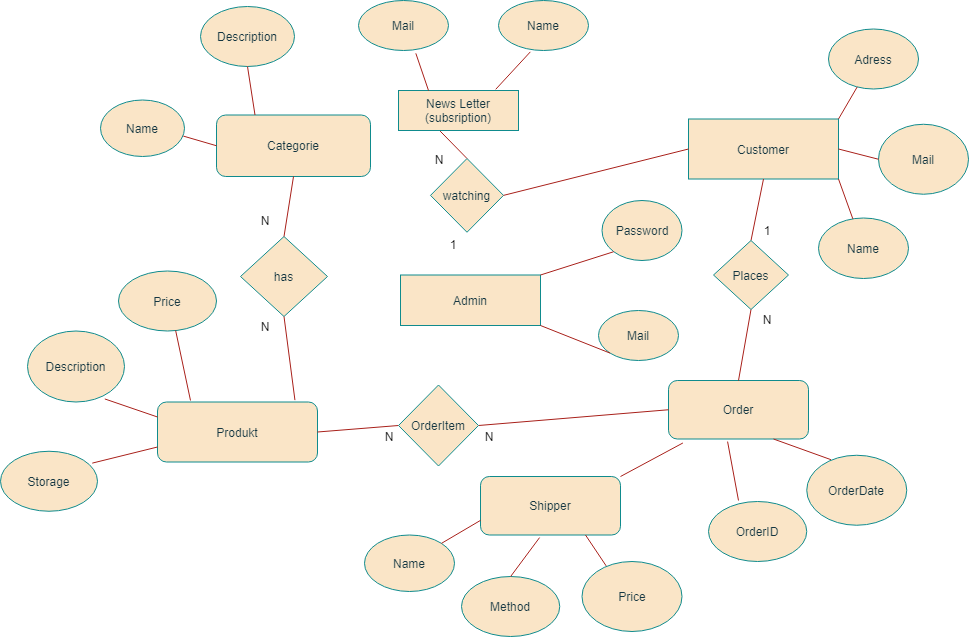
Before: Untitled Diagram.drawio.png, a diagram exported from draw.io (TechWithRyan/Webbshop). Source tidied: cells renumbered, new cells last; positions are measured from the earlier drawing's top-left corner, leaving out a move shared by most shapes.
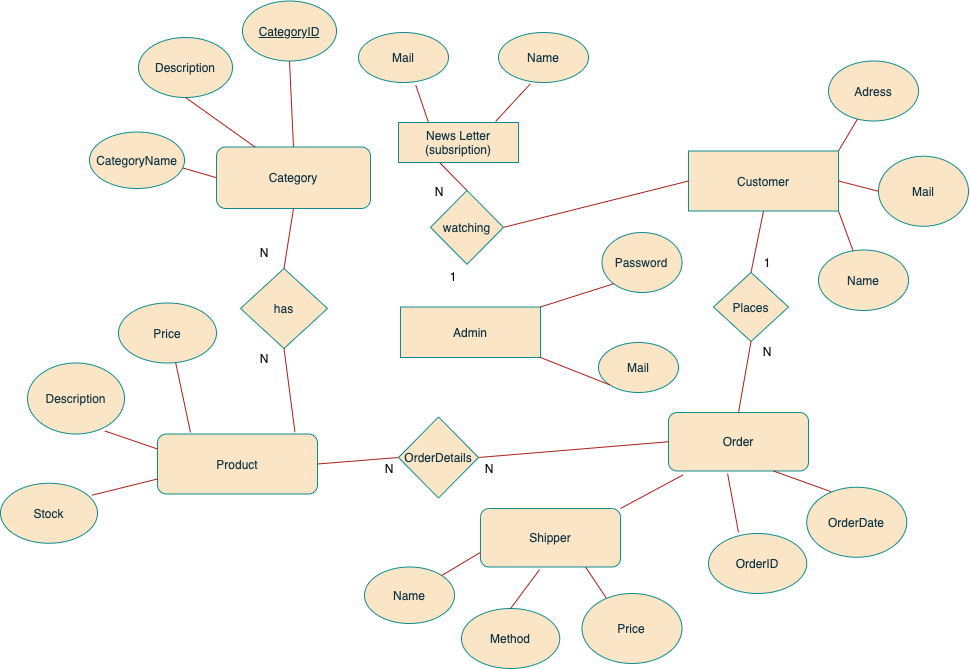
After the commit.

Commit message:
ändringar fysiskt er

Diff of the diagram source:
```diff
@@ -5,7 +5,7 @@
     <mxCell id="2" value="Customer" style="rounded=1;whiteSpace=wrap;html=1;fontSize=12;glass=0;strokeWidth=1;shadow=0;arcSize=0;fillColor=#FAE5C7;strokeColor=#0F8B8D;fontColor=#143642;" parent="1" vertex="1">
       <mxGeometry x="688" y="118.5" width="150" height="60" as="geometry" />
     </mxCell>
-    <mxCell id="3" value="Produkt" style="rounded=1;whiteSpace=wrap;html=1;fontSize=12;glass=0;strokeWidth=1;shadow=0;fillColor=#FAE5C7;strokeColor=#0F8B8D;fontColor=#143642;" parent="1" vertex="1">
+    <mxCell id="3" value="Product" style="rounded=1;whiteSpace=wrap;html=1;fontSize=12;glass=0;strokeWidth=1;shadow=0;fillColor=#FAE5C7;strokeColor=#0F8B8D;fontColor=#143642;" parent="1" vertex="1">
       <mxGeometry x="157" y="401.5" width="160" height="60" as="geometry" />
     </mxCell>
     <mxCell id="4" value="Order" style="rounded=1;whiteSpace=wrap;html=1;fontSize=12;glass=0;strokeWidth=1;shadow=0;fillColor=#FAE5C7;strokeColor=#0F8B8D;fontColor=#143642;" parent="1" vertex="1">
@@ -46,7 +46,7 @@
     <mxCell id="14" value="Description" style="ellipse;whiteSpace=wrap;html=1;fillColor=#FAE5C7;strokeColor=#0F8B8D;fontColor=#143642;" parent="1" vertex="1">
       <mxGeometry x="27" y="330.5" width="97" height="71" as="geometry" />
     </mxCell>
-    <mxCell id="15" value="Storage" style="ellipse;whiteSpace=wrap;html=1;fillColor=#FAE5C7;strokeColor=#0F8B8D;fontColor=#143642;" parent="1" vertex="1">
+    <mxCell id="15" value="Stock" style="ellipse;whiteSpace=wrap;html=1;fillColor=#FAE5C7;strokeColor=#0F8B8D;fontColor=#143642;" parent="1" vertex="1">
       <mxGeometry y="450.8" width="97" height="60" as="geometry" />
     </mxCell>
     <mxCell id="16" style="endArrow=none;html=1;entryX=0;entryY=0.75;entryDx=0;entryDy=0;exitX=0.946;exitY=0.198;exitDx=0;exitDy=0;exitPerimeter=0;labelBackgroundColor=#DAD2D8;strokeColor=#A8201A;fontColor=#143642;" parent="1" edge="1" source="15" target="3">
@@ -75,7 +75,7 @@
     <mxCell id="23" value="Mail" style="ellipse;whiteSpace=wrap;html=1;fillColor=#FAE5C7;strokeColor=#0F8B8D;fontColor=#143642;" parent="1" vertex="1">
       <mxGeometry x="598" y="310" width="80" height="50" as="geometry" />
     </mxCell>
-    <mxCell id="24" value="OrderItem" style="rhombus;whiteSpace=wrap;html=1;fillColor=#FAE5C7;strokeColor=#0F8B8D;fontColor=#143642;" parent="1" vertex="1">
+    <mxCell id="24" value="OrderDetails" style="rhombus;whiteSpace=wrap;html=1;fillColor=#FAE5C7;strokeColor=#0F8B8D;fontColor=#143642;" parent="1" vertex="1">
       <mxGeometry x="398" y="384.5" width="80" height="81" as="geometry" />
     </mxCell>
     <mxCell id="25" style="endArrow=none;html=1;entryX=0.5;entryY=1;entryDx=0;entryDy=0;exitX=0.5;exitY=0;exitDx=0;exitDy=0;labelBackgroundColor=#DAD2D8;strokeColor=#A8201A;fontColor=#143642;" parent="1" edge="1" source="30" target="2">
@@ -108,17 +108,17 @@
     <mxCell id="34" style="endArrow=none;html=1;exitX=0.5;exitY=1;exitDx=0;exitDy=0;entryX=0.859;entryY=-0.031;entryDx=0;entryDy=0;entryPerimeter=0;labelBackgroundColor=#DAD2D8;strokeColor=#A8201A;fontColor=#143642;" parent="1" edge="1" source="33" target="3">
       <mxGeometry relative="1" as="geometry" />
     </mxCell>
-    <mxCell id="35" value="Categorie" style="rounded=1;whiteSpace=wrap;html=1;fontSize=12;glass=0;strokeWidth=1;shadow=0;fillColor=#FAE5C7;strokeColor=#0F8B8D;fontColor=#143642;" parent="1" vertex="1">
+    <mxCell id="35" value="Category" style="rounded=1;whiteSpace=wrap;html=1;fontSize=12;glass=0;strokeWidth=1;shadow=0;fillColor=#FAE5C7;strokeColor=#0F8B8D;fontColor=#143642;" parent="1" vertex="1">
       <mxGeometry x="216" y="114.5" width="154" height="61.5" as="geometry" />
     </mxCell>
     <mxCell id="36" style="endArrow=none;html=1;exitX=0.5;exitY=1;exitDx=0;exitDy=0;entryX=0.5;entryY=0;entryDx=0;entryDy=0;labelBackgroundColor=#DAD2D8;strokeColor=#A8201A;fontColor=#143642;" parent="1" edge="1" source="35" target="33">
       <mxGeometry relative="1" as="geometry" />
     </mxCell>
-    <mxCell id="37" value="Name" style="ellipse;whiteSpace=wrap;html=1;fillColor=#FAE5C7;strokeColor=#0F8B8D;fontColor=#143642;" parent="1" vertex="1">
-      <mxGeometry x="100" y="99.5" width="84" height="56.5" as="geometry" />
+    <mxCell id="37" value="CategoryName" style="ellipse;whiteSpace=wrap;html=1;fillColor=#FAE5C7;strokeColor=#0F8B8D;fontColor=#143642;" parent="1" vertex="1">
+      <mxGeometry x="89" y="99.5" width="95" height="56.5" as="geometry" />
     </mxCell>
     <mxCell id="38" value="Description" style="ellipse;whiteSpace=wrap;html=1;fillColor=#FAE5C7;strokeColor=#0F8B8D;fontColor=#143642;" parent="1" vertex="1">
-      <mxGeometry x="200" y="6" width="94" height="60" as="geometry" />
+      <mxGeometry x="138" y="5" width="94" height="60" as="geometry" />
     </mxCell>
     <mxCell id="39" style="endArrow=none;html=1;exitX=0;exitY=0.5;exitDx=0;exitDy=0;entryX=0.985;entryY=0.638;entryDx=0;entryDy=0;labelBackgroundColor=#DAD2D8;strokeColor=#A8201A;fontColor=#143642;entryPerimeter=0;" parent="1" edge="1" source="35" target="37">
       <mxGeometry relative="1" as="geometry" />
@@ -204,5 +204,11 @@
     <mxCell id="66" style="edgeStyle=orthogonalEdgeStyle;rounded=0;orthogonalLoop=1;jettySize=auto;html=1;exitX=0.5;exitY=1;exitDx=0;exitDy=0;labelBackgroundColor=#DAD2D8;strokeColor=#A8201A;fontColor=#143642;" parent="1" edge="1" source="64" target="64">
       <mxGeometry relative="1" as="geometry" />
     </mxCell>
+    <mxCell id="67" value="&lt;u&gt;CategoryID&lt;/u&gt;" style="ellipse;whiteSpace=wrap;html=1;fillColor=#FAE5C7;strokeColor=#0F8B8D;fontColor=#143642;" parent="1" vertex="1">
+      <mxGeometry x="242" y="-31.5" width="94" height="60" as="geometry" />
+    </mxCell>
+    <mxCell id="68" style="endArrow=none;html=1;exitX=0.5;exitY=0;exitDx=0;exitDy=0;entryX=0.5;entryY=1;entryDx=0;entryDy=0;labelBackgroundColor=#DAD2D8;strokeColor=#A8201A;fontColor=#143642;" parent="1" edge="1" source="35" target="67">
+      <mxGeometry relative="1" as="geometry" />
+    </mxCell>
   </root>
 </mxGraphModel>
```
